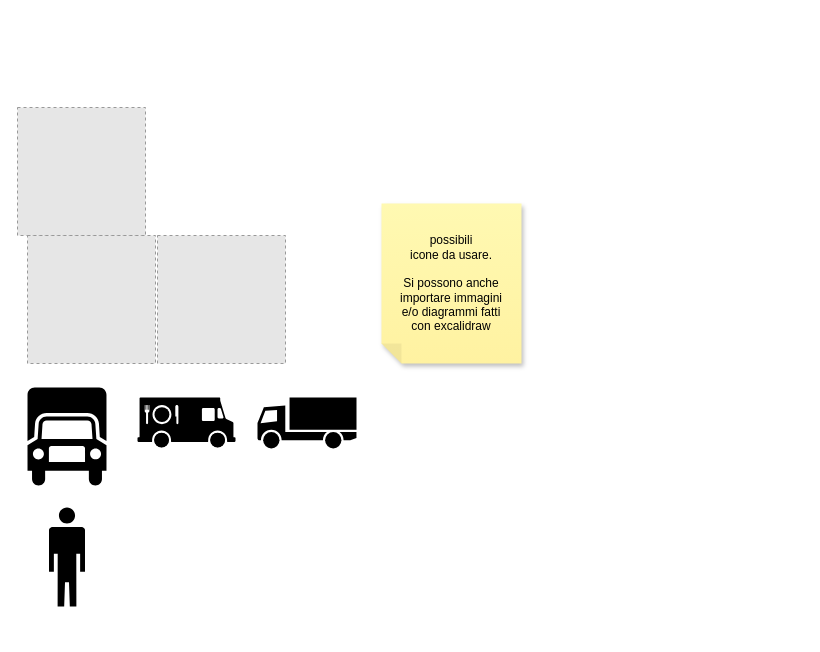
Before: Sprint0/userDocs/resources/draw/Untitled Diagram.drawio in LEOB3TA/ColdStorageService-Project, a draw.io diagram. Source tidied: cells renumbered, new cells numbered last; positions are measured from the earlier drawing's top-left corner, leaving out a move shared by most shapes. Both pictures are drawn from the tidied source at 100%, with x=0, y=0 at pixel (17, 107). Pictures stored in the file or linked from it are replaced by grey dashed boxes.
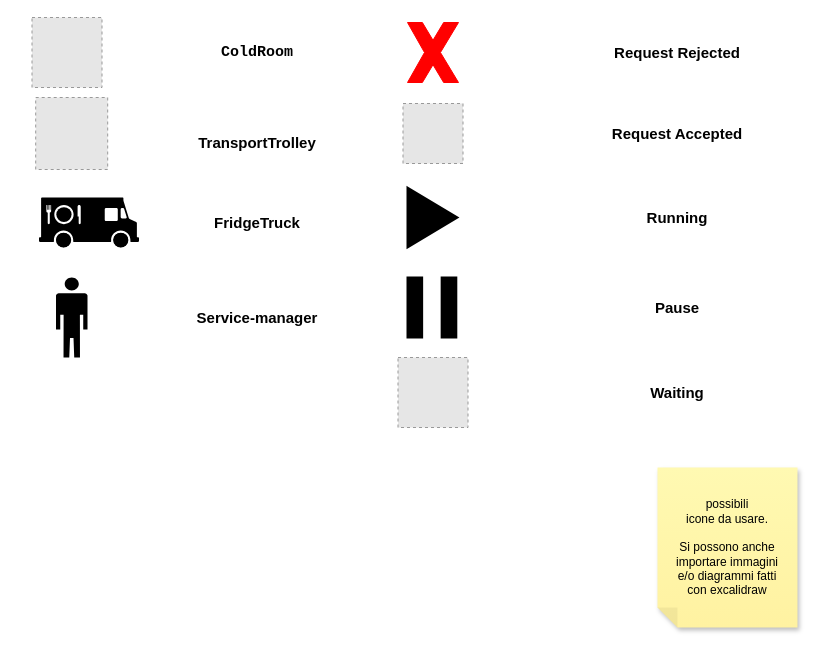
Above is the later version.

Commit message:
prima versione della legenda sul grafico

The edit, as a diff of the source:
```diff
@@
-    <mxCell id="2" style="fillColor=#E6E6E6;strokeColor=#999999;dashed=1;html=1;verticalAlign=top;verticalLabelPosition=bottom;labelBackgroundColor=#ffffff;" parent="1" vertex="1">
-      <mxGeometry width="128" height="128" as="geometry" />
+    <mxCell id="2" value="&lt;div align=&quot;right&quot;&gt;&lt;br&gt;&lt;/div&gt;" style="fillColor=#E6E6E6;strokeColor=#999999;dashed=1;html=1;verticalAlign=top;verticalLabelPosition=bottom;labelBackgroundColor=#ffffff;" parent="1" vertex="1">
+      <mxGeometry x="14.5" y="-90" width="70" height="70" as="geometry" />
     </mxCell>
     <mxCell id="3" style="fillColor=#E6E6E6;strokeColor=#999999;dashed=1;html=1;verticalAlign=top;verticalLabelPosition=bottom;labelBackgroundColor=#ffffff;" parent="1" vertex="1">
-      <mxGeometry x="10" y="128" width="128" height="128" as="geometry" />
+      <mxGeometry x="18.2" y="-10" width="72" height="72" as="geometry" />
     </mxCell>
-    <mxCell id="4" style="fillColor=#E6E6E6;strokeColor=#999999;dashed=1;html=1;verticalAlign=top;verticalLabelPosition=bottom;labelBackgroundColor=#ffffff;" parent="1" vertex="1">
-      <mxGeometry x="140" y="128" width="128" height="128" as="geometry" />
-    </mxCell>
-    <mxCell id="5" style="shape=mxgraph.signs.transportation.truck_6;html=1;fillColor=#000000;strokeColor=none;verticalLabelPosition=bottom;verticalAlign=top;align=center;" parent="1" vertex="1">
-      <mxGeometry x="10" y="280" width="79" height="98" as="geometry" />
-    </mxCell>
     <mxCell id="6" style="shape=mxgraph.signs.food.food_truck;html=1;fillColor=#000000;strokeColor=none;verticalLabelPosition=bottom;verticalAlign=top;align=center;" parent="1" vertex="1">
-      <mxGeometry x="120" y="290" width="98" height="50" as="geometry" />
+      <mxGeometry x="21.5" y="90" width="100" height="50" as="geometry" />
     </mxCell>
-    <mxCell id="7" style="shape=mxgraph.signs.transportation.truck_1;html=1;fillColor=#000000;strokeColor=none;verticalLabelPosition=bottom;verticalAlign=top;align=center;" parent="1" vertex="1">
-      <mxGeometry x="240" y="290" width="99" height="51" as="geometry" />
-    </mxCell>
     <mxCell id="8" style="shape=mxgraph.signs.people.man_2;html=1;fillColor=#000000;strokeColor=none;verticalLabelPosition=bottom;verticalAlign=top;align=center;" parent="1" vertex="1">
-      <mxGeometry x="31.5" y="400" width="36" height="99" as="geometry" />
+      <mxGeometry x="38.5" y="170" width="31.5" height="80" as="geometry" />
     </mxCell>
     <mxCell id="9" value="&lt;div&gt;possibili &lt;br&gt;&lt;/div&gt;&lt;div&gt;icone da usare.&lt;/div&gt;&lt;div&gt;&lt;br&gt;&lt;/div&gt;&lt;div&gt;Si possono anche&lt;/div&gt;&lt;div&gt;importare immagini&lt;/div&gt;&lt;div&gt;e/o diagrammi fatti&lt;/div&gt;&lt;div&gt;con excalidraw&lt;br&gt;&lt;/div&gt;" style="shape=note;whiteSpace=wrap;html=1;backgroundOutline=1;fontColor=#000000;darkOpacity=0.05;fillColor=#FFF9B2;strokeColor=none;fillStyle=solid;direction=west;gradientDirection=north;gradientColor=#FFF2A1;shadow=1;size=20;" parent="1" vertex="1">
-      <mxGeometry x="364" y="96" width="140" height="160" as="geometry" />
+      <mxGeometry x="640" y="360" width="140" height="160" as="geometry" />
     </mxCell>
+    <mxCell id="10" style="verticalLabelPosition=bottom;verticalAlign=top;html=1;shape=mxgraph.basic.x;fillColor=#FF0000;strokeColor=#FF0000;fillStyle=solid;" parent="1" vertex="1">
+      <mxGeometry x="390" y="-85" width="51" height="60" as="geometry" />
+    </mxCell>
+    <mxCell id="11" style="fillColor=#E6E6E6;strokeColor=#999999;dashed=1;html=1;verticalAlign=top;verticalLabelPosition=bottom;labelBackgroundColor=#ffffff;" parent="1" vertex="1">
+      <mxGeometry x="385.5" y="-4" width="60" height="60" as="geometry" />
+    </mxCell>
+    <mxCell id="12" style="html=1;verticalLabelPosition=bottom;align=center;labelBackgroundColor=#ffffff;verticalAlign=top;strokeWidth=2;strokeColor=#000000;shadow=0;dashed=0;shape=mxgraph.ios7.icons.play;fillColor=#000000;" parent="1" vertex="1">
+      <mxGeometry x="390" y="80" width="50" height="60" as="geometry" />
+    </mxCell>
+    <mxCell id="13" style="html=1;verticalLabelPosition=bottom;align=center;labelBackgroundColor=#ffffff;verticalAlign=top;strokeWidth=2;strokeColor=#000000;shadow=0;dashed=0;shape=mxgraph.ios7.icons.pause;fillColor=#000000;" parent="1" vertex="1">
+      <mxGeometry x="390" y="170" width="48.8" height="60" as="geometry" />
+    </mxCell>
+    <mxCell id="14" style="fillColor=#E6E6E6;strokeColor=#999999;dashed=1;html=1;verticalAlign=top;verticalLabelPosition=bottom;labelBackgroundColor=#ffffff;" parent="1" vertex="1">
+      <mxGeometry x="380.5" y="250" width="70" height="70" as="geometry" />
+    </mxCell>
+    <mxCell id="15" value="&lt;pre style=&quot;font-size: 15px;&quot;&gt;&lt;font style=&quot;font-size: 15px;&quot;&gt;&lt;b&gt;ColdRoom&lt;/b&gt;&lt;br&gt;&lt;/font&gt;&lt;/pre&gt;" style="text;html=1;strokeColor=none;fillColor=none;align=center;verticalAlign=middle;whiteSpace=wrap;rounded=0;" parent="1" vertex="1">
+      <mxGeometry x="170" y="-70" width="140" height="30" as="geometry" />
+    </mxCell>
+    <mxCell id="16" value="&lt;b&gt;&lt;font style=&quot;font-size: 15px;&quot;&gt;TransportTrolley&lt;/font&gt;&lt;/b&gt;" style="text;html=1;strokeColor=none;fillColor=none;align=center;verticalAlign=middle;whiteSpace=wrap;rounded=0;" parent="1" vertex="1">
+      <mxGeometry x="170" y="20" width="140" height="30" as="geometry" />
+    </mxCell>
+    <mxCell id="17" value="&lt;font size=&quot;1&quot;&gt;&lt;b style=&quot;font-size: 15px;&quot;&gt;FridgeTruck&lt;/b&gt;&lt;/font&gt;" style="text;html=1;strokeColor=none;fillColor=none;align=center;verticalAlign=middle;whiteSpace=wrap;rounded=0;" parent="1" vertex="1">
+      <mxGeometry x="170" y="100" width="140" height="30" as="geometry" />
+    </mxCell>
+    <mxCell id="18" value="&lt;font size=&quot;1&quot;&gt;&lt;b style=&quot;font-size: 15px;&quot;&gt;Service-manager&lt;/b&gt;&lt;/font&gt;" style="text;html=1;strokeColor=none;fillColor=none;align=center;verticalAlign=middle;whiteSpace=wrap;rounded=0;" parent="1" vertex="1">
+      <mxGeometry x="170" y="195" width="140" height="30" as="geometry" />
+    </mxCell>
+    <mxCell id="19" value="&lt;b style=&quot;font-size: 15px;&quot;&gt;Request Rejected&lt;br&gt;&lt;/b&gt;" style="text;html=1;strokeColor=none;fillColor=none;align=center;verticalAlign=middle;whiteSpace=wrap;rounded=0;" parent="1" vertex="1">
+      <mxGeometry x="590" y="-70" width="140" height="30" as="geometry" />
+    </mxCell>
+    <mxCell id="20" value="&lt;font style=&quot;font-size: 15px;&quot;&gt;&lt;b&gt;Request Accepted&lt;br&gt;&lt;/b&gt;&lt;/font&gt;" style="text;html=1;strokeColor=none;fillColor=none;align=center;verticalAlign=middle;whiteSpace=wrap;rounded=0;" parent="1" vertex="1">
+      <mxGeometry x="590" y="11" width="140" height="30" as="geometry" />
+    </mxCell>
+    <mxCell id="21" value="&lt;font size=&quot;1&quot;&gt;&lt;b style=&quot;font-size: 15px;&quot;&gt;Running&lt;/b&gt;&lt;/font&gt;" style="text;html=1;strokeColor=none;fillColor=none;align=center;verticalAlign=middle;whiteSpace=wrap;rounded=0;" parent="1" vertex="1">
+      <mxGeometry x="590" y="95" width="140" height="30" as="geometry" />
+    </mxCell>
+    <mxCell id="22" value="&lt;font size=&quot;1&quot;&gt;&lt;b style=&quot;font-size: 15px;&quot;&gt;Pause&lt;/b&gt;&lt;/font&gt;" style="text;html=1;strokeColor=none;fillColor=none;align=center;verticalAlign=middle;whiteSpace=wrap;rounded=0;" parent="1" vertex="1">
+      <mxGeometry x="590" y="185" width="140" height="30" as="geometry" />
+    </mxCell>
+    <mxCell id="23" value="&lt;font size=&quot;1&quot;&gt;&lt;b style=&quot;font-size: 15px;&quot;&gt;Waiting&lt;/b&gt;&lt;/font&gt;" style="text;html=1;strokeColor=none;fillColor=none;align=center;verticalAlign=middle;whiteSpace=wrap;rounded=0;" parent="1" vertex="1">
+      <mxGeometry x="590" y="270" width="140" height="30" as="geometry" />
+    </mxCell>
```
